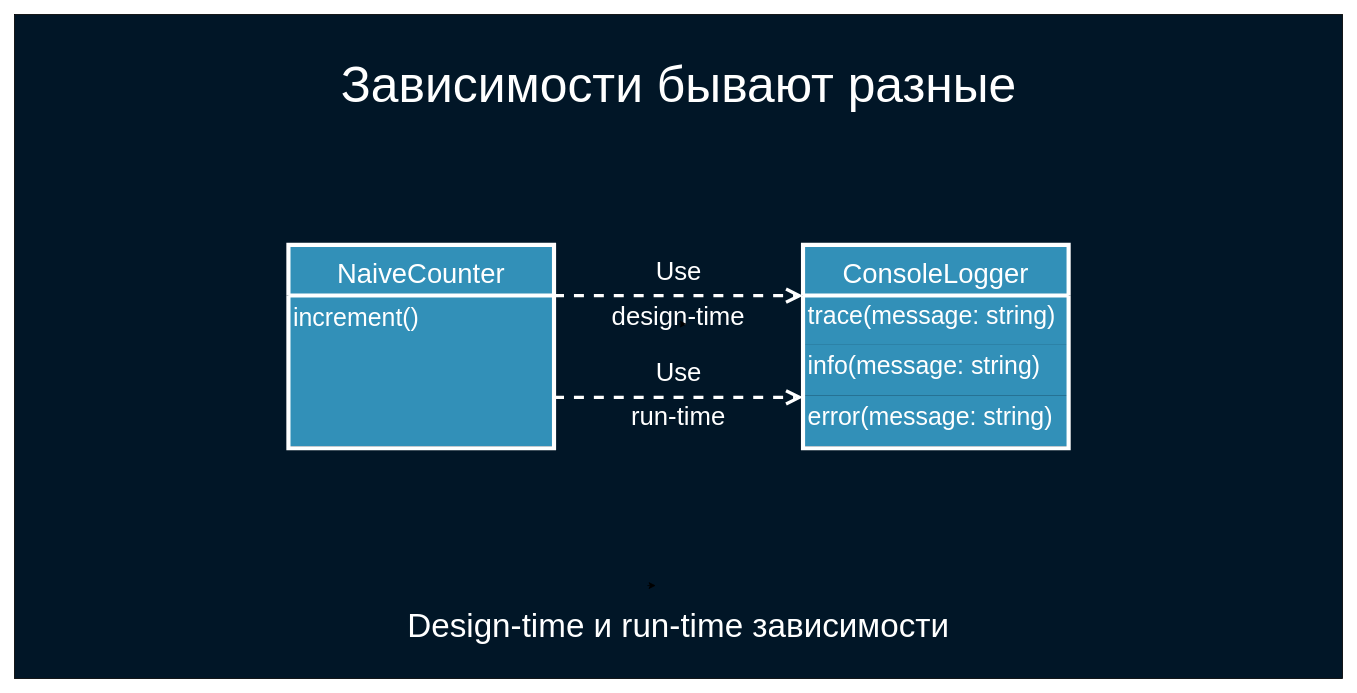
Above: deck/ru/diagrams/naive1.drawio in softspiders/dip-in-ca-deck (draw.io), before the change. Source tidied: cells renumbered, new cells numbered last; positions are measured from the earlier drawing's top-left corner, leaving out a move shared by most shapes. Both pictures are drawn from the tidied source at 83%, with x=0, y=0 at pixel (14, 14).
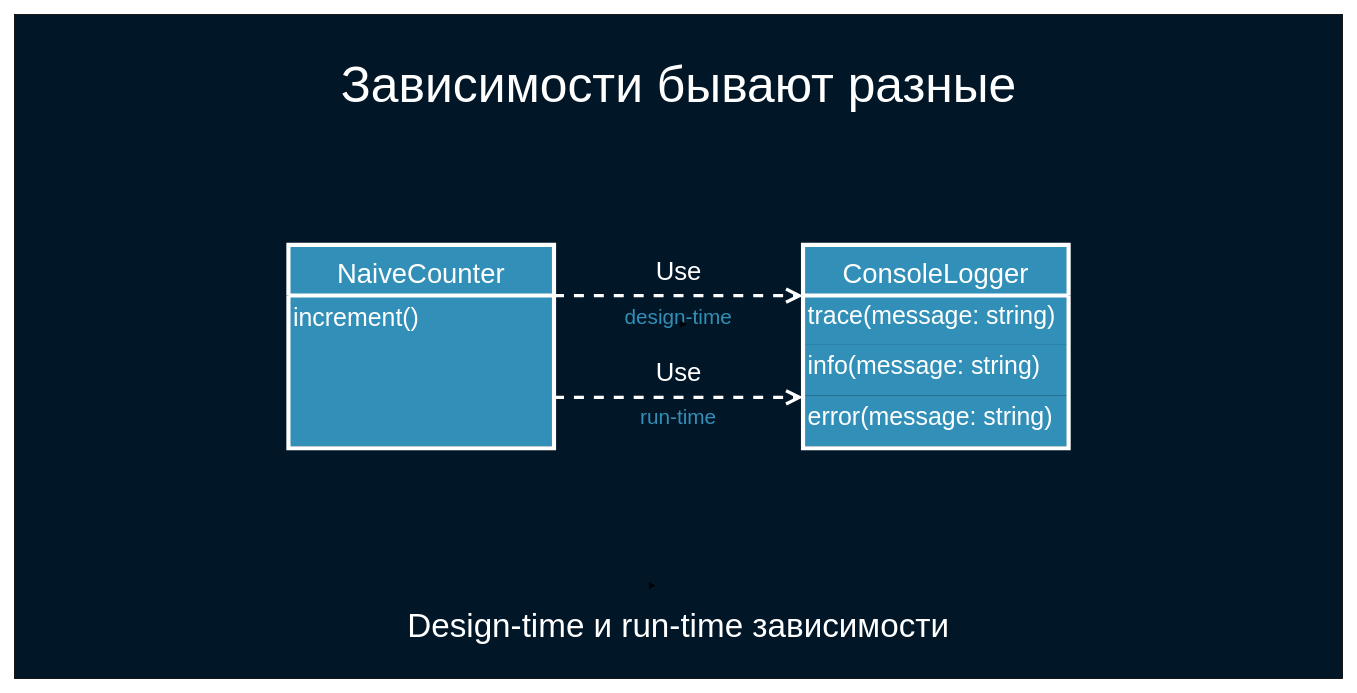
The same diagram, later.

Diff of the diagram source:
```diff
@@
 <mxGraphModel background="#ffffff">
   <root>
     <mxCell id="0" />
     <mxCell id="1" parent="0" />
     <mxCell id="2" style="rounded=0;whiteSpace=wrap;html=1;fillColor=#011627;fontSize=30;fontColor=#FFFFFF;strokeColor=#000000;" parent="1" vertex="1">
       <mxGeometry width="1600" height="800" as="geometry" />
     </mxCell>
     <mxCell id="3" value="Use" style="endArrow=open;endSize=12;dashed=1;html=1;fontSize=31;fontColor=#FFFFFF;strokeColor=#FFFFFF;entryX=0;entryY=0.25;entryDx=0;entryDy=0;strokeWidth=4;labelBackgroundColor=none;rounded=0;exitX=1;exitY=0.25;exitDx=0;exitDy=0;" parent="1" edge="1" source="15" target="16">
       <mxGeometry y="30" relative="1" as="geometry" />
     </mxCell>
-    <mxCell id="4" value="design-time" style="text;html=1;strokeColor=none;fillColor=none;align=center;verticalAlign=middle;whiteSpace=wrap;rounded=0;fontSize=31;fontColor=#FFFFFF;" parent="1" vertex="1">
+    <mxCell id="4" value="design-time" style="text;html=1;strokeColor=none;fillColor=none;align=center;verticalAlign=middle;whiteSpace=wrap;rounded=0;fontSize=25;fontColor=#3290B8;" parent="1" vertex="1">
       <mxGeometry x="705" y="353" width="190" height="20" as="geometry" />
     </mxCell>
     <mxCell id="5" style="edgeStyle=orthogonalEdgeStyle;rounded=0;orthogonalLoop=1;jettySize=auto;html=1;exitX=0.5;exitY=1;exitDx=0;exitDy=0;entryX=0.553;entryY=0.974;entryDx=0;entryDy=0;entryPerimeter=0;fontSize=33;fontColor=#FFFFFF;" parent="1" edge="1" source="4" target="4">
       <mxGeometry relative="1" as="geometry" />
     </mxCell>
     <mxCell id="6" value="Зависимости бывают разные" style="text;html=1;strokeColor=none;fillColor=none;align=center;verticalAlign=middle;whiteSpace=wrap;rounded=0;fontSize=60;fontColor=#FFFFFF;" parent="1" vertex="1">
       <mxGeometry x="353.8" y="50" width="892.5" height="70" as="geometry" />
     </mxCell>
     <mxCell id="7" value="Use" style="endArrow=open;endSize=12;dashed=1;html=1;fontSize=31;fontColor=#FFFFFF;strokeColor=#FFFFFF;entryX=0;entryY=0.75;entryDx=0;entryDy=0;strokeWidth=4;labelBackgroundColor=none;rounded=0;exitX=1;exitY=0.75;exitDx=0;exitDy=0;" parent="1" edge="1" source="15" target="16">
       <mxGeometry y="30" relative="1" as="geometry" />
     </mxCell>
-    <mxCell id="8" value="run-time" style="text;html=1;strokeColor=none;fillColor=none;align=center;verticalAlign=middle;whiteSpace=wrap;rounded=0;fontSize=31;fontColor=#FFFFFF;" parent="1" vertex="1">
+    <mxCell id="8" value="run-time" style="text;html=1;strokeColor=none;fillColor=none;align=center;verticalAlign=middle;whiteSpace=wrap;rounded=0;fontSize=25;fontColor=#3290B8;" parent="1" vertex="1">
       <mxGeometry x="705" y="474" width="190" height="20" as="geometry" />
     </mxCell>
     <mxCell id="9" value="Design-time и run-time зависимости" style="text;html=1;strokeColor=none;fillColor=none;align=center;verticalAlign=middle;whiteSpace=wrap;rounded=0;fontSize=40;fontColor=#FFFFFF;" parent="1" vertex="1">
       <mxGeometry x="215" y="700" width="1170" height="70" as="geometry" />
     </mxCell>
     <mxCell id="10" style="edgeStyle=orthogonalEdgeStyle;rounded=0;orthogonalLoop=1;jettySize=auto;html=1;exitX=0.5;exitY=1;exitDx=0;exitDy=0;entryX=0.553;entryY=0.974;entryDx=0;entryDy=0;entryPerimeter=0;fontSize=33;fontColor=#FFFFFF;" parent="1" edge="1">
       <mxGeometry relative="1" as="geometry">
         <mxPoint x="762.5" y="688" as="sourcePoint" />
         <mxPoint x="772.6" y="687.5" as="targetPoint" />
       </mxGeometry>
     </mxCell>
     <mxCell id="11" value="increment()" style="text;strokeColor=none;fillColor=#3290B8;align=left;verticalAlign=top;spacingLeft=4;spacingRight=4;overflow=hidden;fontColor=#FFFFFF;fontSize=30;labelBackgroundColor=none;" parent="1" vertex="1">
       <mxGeometry x="330" y="340" width="320" height="180" as="geometry" />
     </mxCell>
     <mxCell id="12" value="trace(message: string)" style="text;strokeColor=none;fillColor=#3290B8;align=left;verticalAlign=top;spacingLeft=4;spacingRight=4;overflow=hidden;fontColor=#FFFFFF;fontSize=30;labelBackgroundColor=none;" parent="1" vertex="1">
       <mxGeometry x="950" y="337" width="320" height="61" as="geometry" />
     </mxCell>
     <mxCell id="13" value="info(message: string)" style="text;strokeColor=none;fillColor=#3290B8;align=left;verticalAlign=top;spacingLeft=4;spacingRight=4;overflow=hidden;fontColor=#FFFFFF;fontSize=30;labelBackgroundColor=none;" parent="1" vertex="1">
       <mxGeometry x="950" y="398" width="320" height="61" as="geometry" />
     </mxCell>
     <mxCell id="14" value="error(message: string)" style="text;strokeColor=none;fillColor=#3290B8;align=left;verticalAlign=top;spacingLeft=4;spacingRight=4;overflow=hidden;fontColor=#FFFFFF;fontSize=30;labelBackgroundColor=none;" parent="1" vertex="1">
       <mxGeometry x="950" y="459" width="320" height="61" as="geometry" />
     </mxCell>
     <mxCell id="15" value="NaiveCounter" style="swimlane;fontStyle=0;horizontal=1;startSize=61;fillColor=#3290B8;strokeColor=#FFFFFF;strokeWidth=5;fontSize=33;fontColor=#FFFFFF;" parent="1" vertex="1">
       <mxGeometry x="330" y="277.5" width="320" height="245" as="geometry" />
     </mxCell>
     <mxCell id="16" value="ConsoleLogger" style="swimlane;fontStyle=0;horizontal=1;startSize=61;fillColor=#3290B8;strokeColor=#FFFFFF;strokeWidth=5;fontSize=33;fontColor=#FFFFFF;" parent="1" vertex="1">
       <mxGeometry x="950" y="277.5" width="320" height="245" as="geometry" />
     </mxCell>
   </root>
 </mxGraphModel>
```
